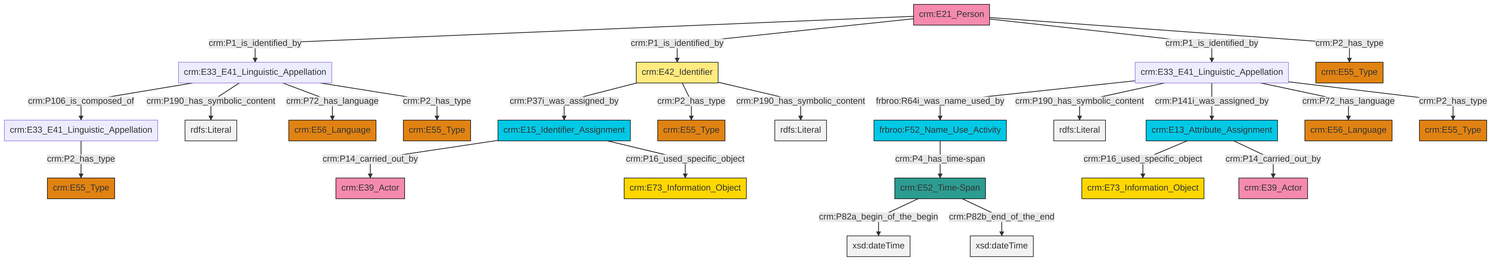
Above: et/personCSV/ttl/mmd/png/Person_Names_and_Classification.png in swiss-art-research-net/docs.swissartresearch (Mermaid), before the change. Its source is kept beside it as et/personCSV/ttl/mmd/Person_Names_and_Classification.ttl.mmd.
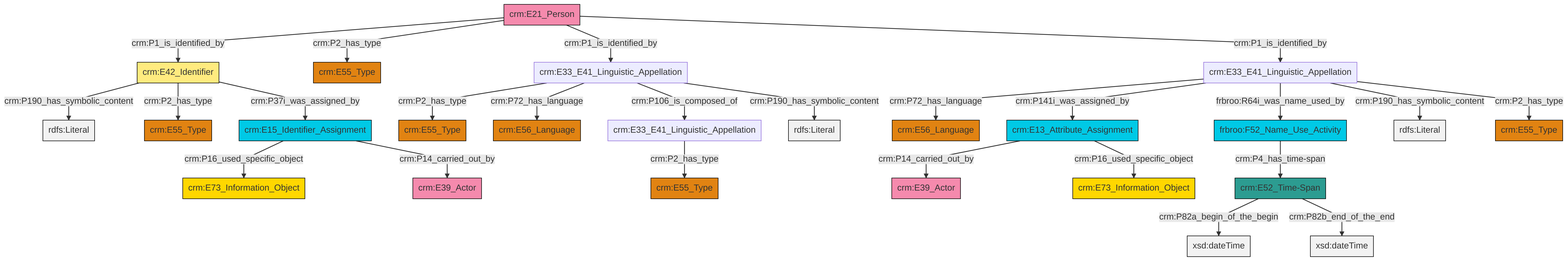
After the commit.

The edit, as a diff of the source:
```diff
@@ -13,27 +13,27 @@
 classDef PC_Classes fill:#4ce600, stroke:#000000;
 classDef Multi fill:#cccccc,stroke:#000000;
 
-0["crm:E13_Attribute_Assignment"]:::Temporal_Entity -->|crm:P16_used_specific_object| 1["crm:E73_Information_Object"]:::Conceptual_Object
-2["crm:E33_E41_Linguistic_Appellation"]:::Default -->|crm:P2_has_type| 3["crm:E55_Type"]:::Type
-5["crm:E33_E41_Linguistic_Appellation"]:::Default -->|frbroo:R64i_was_name_used_by| 6["frbroo:F52_Name_Use_Activity"]:::Temporal_Entity
-10["crm:E15_Identifier_Assignment"]:::Temporal_Entity -->|crm:P14_carried_out_by| 11["crm:E39_Actor"]:::Actor
-13["crm:E33_E41_Linguistic_Appellation"]:::Default -->|crm:P106_is_composed_of| 2["crm:E33_E41_Linguistic_Appellation"]:::Default
-8["crm:E21_Person"]:::Actor -->|crm:P1_is_identified_by| 13["crm:E33_E41_Linguistic_Appellation"]:::Default
-10["crm:E15_Identifier_Assignment"]:::Temporal_Entity -->|crm:P16_used_specific_object| 15["crm:E73_Information_Object"]:::Conceptual_Object
-5["crm:E33_E41_Linguistic_Appellation"]:::Default -->|crm:P190_has_symbolic_content| 16[rdfs:Literal]:::Literal
-0["crm:E13_Attribute_Assignment"]:::Temporal_Entity -->|crm:P14_carried_out_by| 17["crm:E39_Actor"]:::Actor
-13["crm:E33_E41_Linguistic_Appellation"]:::Default -->|crm:P190_has_symbolic_content| 19[rdfs:Literal]:::Literal
-8["crm:E21_Person"]:::Actor -->|crm:P1_is_identified_by| 21["crm:E42_Identifier"]:::Appellation
-21["crm:E42_Identifier"]:::Appellation -->|crm:P37i_was_assigned_by| 10["crm:E15_Identifier_Assignment"]:::Temporal_Entity
-13["crm:E33_E41_Linguistic_Appellation"]:::Default -->|crm:P72_has_language| 25["crm:E56_Language"]:::Type
-5["crm:E33_E41_Linguistic_Appellation"]:::Default -->|crm:P141i_was_assigned_by| 0["crm:E13_Attribute_Assignment"]:::Temporal_Entity
-8["crm:E21_Person"]:::Actor -->|crm:P1_is_identified_by| 5["crm:E33_E41_Linguistic_Appellation"]:::Default
-22["crm:E52_Time-Span"]:::Time-Span -->|crm:P82a_begin_of_the_begin| 26[xsd:dateTime]:::Literal
-8["crm:E21_Person"]:::Actor -->|crm:P2_has_type| 27["crm:E55_Type"]:::Type
-5["crm:E33_E41_Linguistic_Appellation"]:::Default -->|crm:P72_has_language| 28["crm:E56_Language"]:::Type
-22["crm:E52_Time-Span"]:::Time-Span -->|crm:P82b_end_of_the_end| 29[xsd:dateTime]:::Literal
-13["crm:E33_E41_Linguistic_Appellation"]:::Default -->|crm:P2_has_type| 30["crm:E55_Type"]:::Type
-21["crm:E42_Identifier"]:::Appellation -->|crm:P2_has_type| 38["crm:E55_Type"]:::Type
-6["frbroo:F52_Name_Use_Activity"]:::Temporal_Entity -->|crm:P4_has_time-span| 22["crm:E52_Time-Span"]:::Time-Span
-5["crm:E33_E41_Linguistic_Appellation"]:::Default -->|crm:P2_has_type| 35["crm:E55_Type"]:::Type
-21["crm:E42_Identifier"]:::Appellation -->|crm:P190_has_symbolic_content| 45[rdfs:Literal]:::Literal
+2["crm:E33_E41_Linguistic_Appellation"]:::Default -->|crm:P2_has_type| 0["crm:E55_Type"]:::Type
+3["crm:E33_E41_Linguistic_Appellation"]:::Default -->|crm:P72_has_language| 4["crm:E56_Language"]:::Type
+5["crm:E21_Person"]:::Actor -->|crm:P1_is_identified_by| 6["crm:E42_Identifier"]:::Appellation
+9["crm:E15_Identifier_Assignment"]:::Temporal_Entity -->|crm:P16_used_specific_object| 10["crm:E73_Information_Object"]:::Conceptual_Object
+3["crm:E33_E41_Linguistic_Appellation"]:::Default -->|crm:P141i_was_assigned_by| 7["crm:E13_Attribute_Assignment"]:::Temporal_Entity
+12["crm:E52_Time-Span"]:::Time-Span -->|crm:P82a_begin_of_the_begin| 13[xsd:dateTime]:::Literal
+3["crm:E33_E41_Linguistic_Appellation"]:::Default -->|frbroo:R64i_was_name_used_by| 14["frbroo:F52_Name_Use_Activity"]:::Temporal_Entity
+5["crm:E21_Person"]:::Actor -->|crm:P2_has_type| 15["crm:E55_Type"]:::Type
+7["crm:E13_Attribute_Assignment"]:::Temporal_Entity -->|crm:P14_carried_out_by| 17["crm:E39_Actor"]:::Actor
+5["crm:E21_Person"]:::Actor -->|crm:P1_is_identified_by| 2["crm:E33_E41_Linguistic_Appellation"]:::Default
+9["crm:E15_Identifier_Assignment"]:::Temporal_Entity -->|crm:P14_carried_out_by| 18["crm:E39_Actor"]:::Actor
+2["crm:E33_E41_Linguistic_Appellation"]:::Default -->|crm:P72_has_language| 24["crm:E56_Language"]:::Type
+5["crm:E21_Person"]:::Actor -->|crm:P1_is_identified_by| 3["crm:E33_E41_Linguistic_Appellation"]:::Default
+2["crm:E33_E41_Linguistic_Appellation"]:::Default -->|crm:P106_is_composed_of| 25["crm:E33_E41_Linguistic_Appellation"]:::Default
+7["crm:E13_Attribute_Assignment"]:::Temporal_Entity -->|crm:P16_used_specific_object| 30["crm:E73_Information_Object"]:::Conceptual_Object
+25["crm:E33_E41_Linguistic_Appellation"]:::Default -->|crm:P2_has_type| 34["crm:E55_Type"]:::Type
+14["frbroo:F52_Name_Use_Activity"]:::Temporal_Entity -->|crm:P4_has_time-span| 12["crm:E52_Time-Span"]:::Time-Span
+12["crm:E52_Time-Span"]:::Time-Span -->|crm:P82b_end_of_the_end| 35[xsd:dateTime]:::Literal
+3["crm:E33_E41_Linguistic_Appellation"]:::Default -->|crm:P190_has_symbolic_content| 37[rdfs:Literal]:::Literal
+2["crm:E33_E41_Linguistic_Appellation"]:::Default -->|crm:P190_has_symbolic_content| 41[rdfs:Literal]:::Literal
+6["crm:E42_Identifier"]:::Appellation -->|crm:P190_has_symbolic_content| 42[rdfs:Literal]:::Literal
+6["crm:E42_Identifier"]:::Appellation -->|crm:P2_has_type| 38["crm:E55_Type"]:::Type
+3["crm:E33_E41_Linguistic_Appellation"]:::Default -->|crm:P2_has_type| 28["crm:E55_Type"]:::Type
+6["crm:E42_Identifier"]:::Appellation -->|crm:P37i_was_assigned_by| 9["crm:E15_Identifier_Assignment"]:::Temporal_Entity
```
